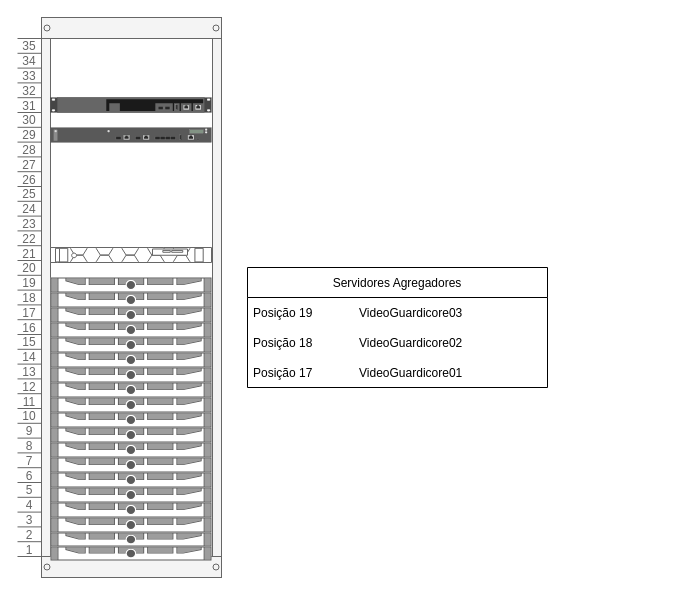
This is infra_VOC.drawio from eloyx3x/Diagramas, a draw.io file, before an edit. Source tidied: cells renumbered, new cells numbered last; positions are measured from the earlier drawing's top-left corner, leaving out a move shared by most shapes. Both pictures are drawn from the tidied source at 100%, with x=0, y=0 at pixel (17, 17).
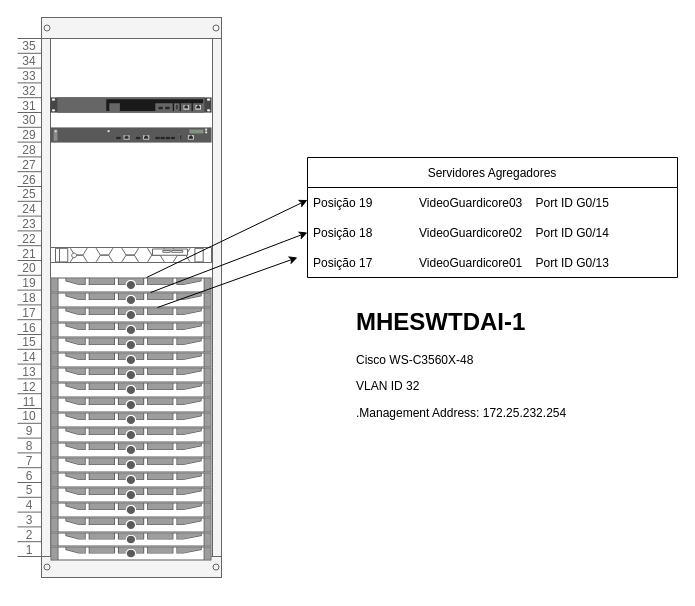
The same diagram, later.

Unchanged cells that the change refers to:
```xml
<mxCell id="6" style="strokeColor=#666666;html=1;labelPosition=right;align=left;spacingLeft=15;shadow=0;dashed=0;outlineConnect=0;shape=mxgraph.rack.dell.poweredge_630;" parent="2" vertex="1">
  <mxGeometry x="33" y="260" width="161" height="15" as="geometry" />
</mxCell>
<mxCell id="7" style="strokeColor=#666666;html=1;labelPosition=right;align=left;spacingLeft=15;shadow=0;dashed=0;outlineConnect=0;shape=mxgraph.rack.dell.poweredge_630;" parent="2" vertex="1">
  <mxGeometry x="33" y="275" width="161" height="15" as="geometry" />
</mxCell>
```

The edit, as a diff of the source:
```diff
@@
     <mxCell id="25" value="Servidores Agregadores" style="swimlane;fontStyle=0;horizontal=1;startSize=30;" parent="1" vertex="1">
-      <mxGeometry x="230" y="250" width="300" height="120" as="geometry" />
+      <mxGeometry x="290" y="140" width="370" height="120" as="geometry" />
     </mxCell>
-    <mxCell id="26" value="Posição 19              VideoGuardicore03" style="text;strokeColor=none;fillColor=none;align=left;verticalAlign=middle;spacingLeft=4;spacingRight=4;overflow=hidden;" parent="25" vertex="1">
-      <mxGeometry y="30" width="300" height="30" as="geometry" />
+    <mxCell id="26" value="Posição 19              VideoGuardicore03    Port ID G0/15" style="text;strokeColor=none;fillColor=none;align=left;verticalAlign=middle;spacingLeft=4;spacingRight=4;overflow=hidden;" parent="25" vertex="1">
+      <mxGeometry y="30" width="370" height="30" as="geometry" />
     </mxCell>
-    <mxCell id="27" value="Posição 18              VideoGuardicore02" style="text;strokeColor=none;fillColor=none;align=left;verticalAlign=middle;spacingLeft=4;spacingRight=4;overflow=hidden;points=[[0,0.5],[1,0.5]];portConstraint=eastwest;" parent="25" vertex="1">
-      <mxGeometry y="60" width="300" height="30" as="geometry" />
+    <mxCell id="27" value="Posição 18              VideoGuardicore02    Port ID G0/14" style="text;strokeColor=none;fillColor=none;align=left;verticalAlign=middle;spacingLeft=4;spacingRight=4;overflow=hidden;points=[[0,0.5],[1,0.5]];portConstraint=eastwest;" parent="25" vertex="1">
+      <mxGeometry y="60" width="370" height="30" as="geometry" />
     </mxCell>
-    <mxCell id="28" value="Posição 17              VideoGuardicore01" style="text;strokeColor=none;fillColor=none;align=left;verticalAlign=middle;spacingLeft=4;spacingRight=4;overflow=hidden;" parent="25" vertex="1">
-      <mxGeometry y="90" width="300" height="30" as="geometry" />
+    <mxCell id="28" value="Posição 17              VideoGuardicore01    Port ID G0/13   " style="text;strokeColor=none;fillColor=none;align=left;verticalAlign=middle;spacingLeft=4;spacingRight=4;overflow=hidden;" parent="25" vertex="1">
+      <mxGeometry y="90" width="370" height="30" as="geometry" />
     </mxCell>
+    <mxCell id="29" style="endArrow=classic;html=1;rounded=0;" parent="1" edge="1">
+      <mxGeometry relative="1" as="geometry">
+        <mxPoint x="140" y="290" as="sourcePoint" />
+        <mxPoint x="280" y="240" as="targetPoint" />
+      </mxGeometry>
+    </mxCell>
+    <mxCell id="30" style="endArrow=classic;html=1;rounded=0;entryX=0;entryY=0.5;entryDx=0;entryDy=0;" parent="1" edge="1" source="7" target="27">
+      <mxGeometry relative="1" as="geometry" />
+    </mxCell>
+    <mxCell id="31" style="endArrow=classic;html=1;rounded=0;" parent="1" edge="1" source="6">
+      <mxGeometry relative="1" as="geometry">
+        <mxPoint x="290" y="182.5" as="targetPoint" />
+      </mxGeometry>
+    </mxCell>
+    <mxCell id="32" value="&lt;h1&gt;MHESWTDAI-1&lt;/h1&gt;&lt;p&gt;Cisco WS-C3560X-48&lt;/p&gt;&lt;p&gt;VLAN ID 32&lt;/p&gt;&lt;p&gt;.Management Address: 172.25.232.254&lt;br&gt;&lt;/p&gt;" style="text;html=1;strokeColor=none;fillColor=none;spacing=5;spacingTop=-20;whiteSpace=wrap;overflow=hidden;rounded=0;" parent="1" vertex="1">
+      <mxGeometry x="334" y="285" width="310" height="140" as="geometry" />
+    </mxCell>
```
